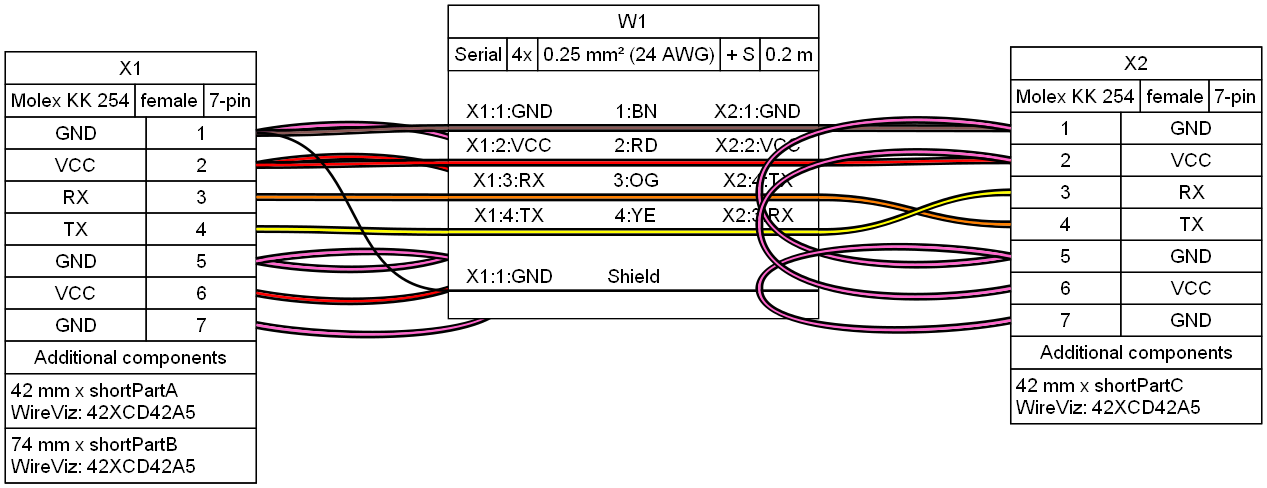
Earlier version of the Graphviz export examples/ex16.png (wireviz/WireViz). Its source is kept beside it as examples/ex16.gv.
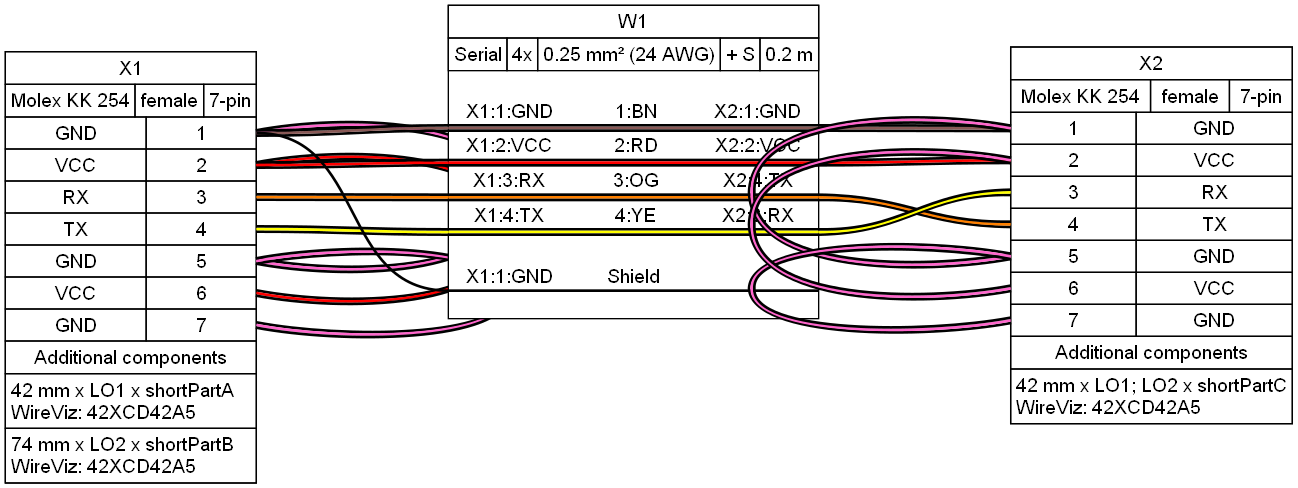
After the change.

Change to the diagram source:
```diff
@@ -56,12 +56,12 @@
  </td></tr>
  <tr><td>
   <table border="0" cellspacing="0" cellpadding="3" cellborder="1"><tr>
-   <td align="left" balign="left">42 mm x shortPartA<br/>WireViz: 42XCD42A5</td>
+   <td align="left" balign="left">42 mm x LO1 x shortPartA<br/>WireViz: 42XCD42A5</td>
   </tr></table>
  </td></tr>
  <tr><td>
   <table border="0" cellspacing="0" cellpadding="3" cellborder="1"><tr>
-   <td align="left" balign="left">74 mm x shortPartB<br/>WireViz: 42XCD42A5</td>
+   <td align="left" balign="left">74 mm x LO2 x shortPartB<br/>WireViz: 42XCD42A5</td>
   </tr></table>
  </td></tr>
 </table>
@@ -125,7 +125,7 @@
  </td></tr>
  <tr><td>
   <table border="0" cellspacing="0" cellpadding="3" cellborder="1"><tr>
-   <td align="left" balign="left">42 mm x shortPartC<br/>WireViz: 42XCD42A5</td>
+   <td align="left" balign="left">42 mm x LO1; LO2 x shortPartC<br/>WireViz: 42XCD42A5</td>
   </tr></table>
  </td></tr>
 </table>
```
